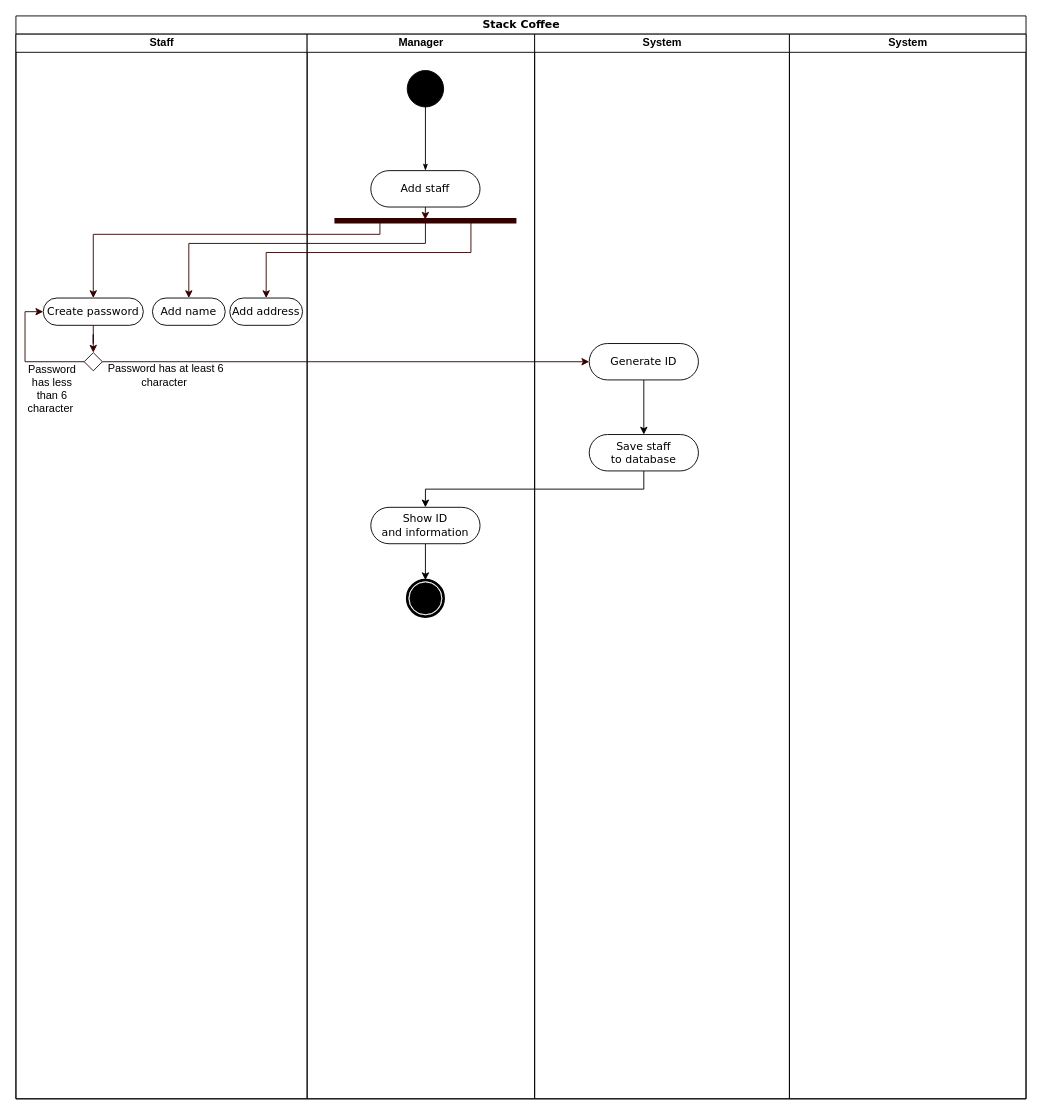
Above: page "AddStaff" (2 of 6) of Diagrams/ActivityDiagram.drawio in Abcdavid00/Cafe-Management-Application (draw.io), before the change. Source tidied: cells renumbered, new cells numbered last; positions are measured from the earlier drawing's top-left corner, leaving out a move shared by most shapes. Both pictures are drawn from the tidied source at 91%, with x=0, y=0 at pixel (15, 15).
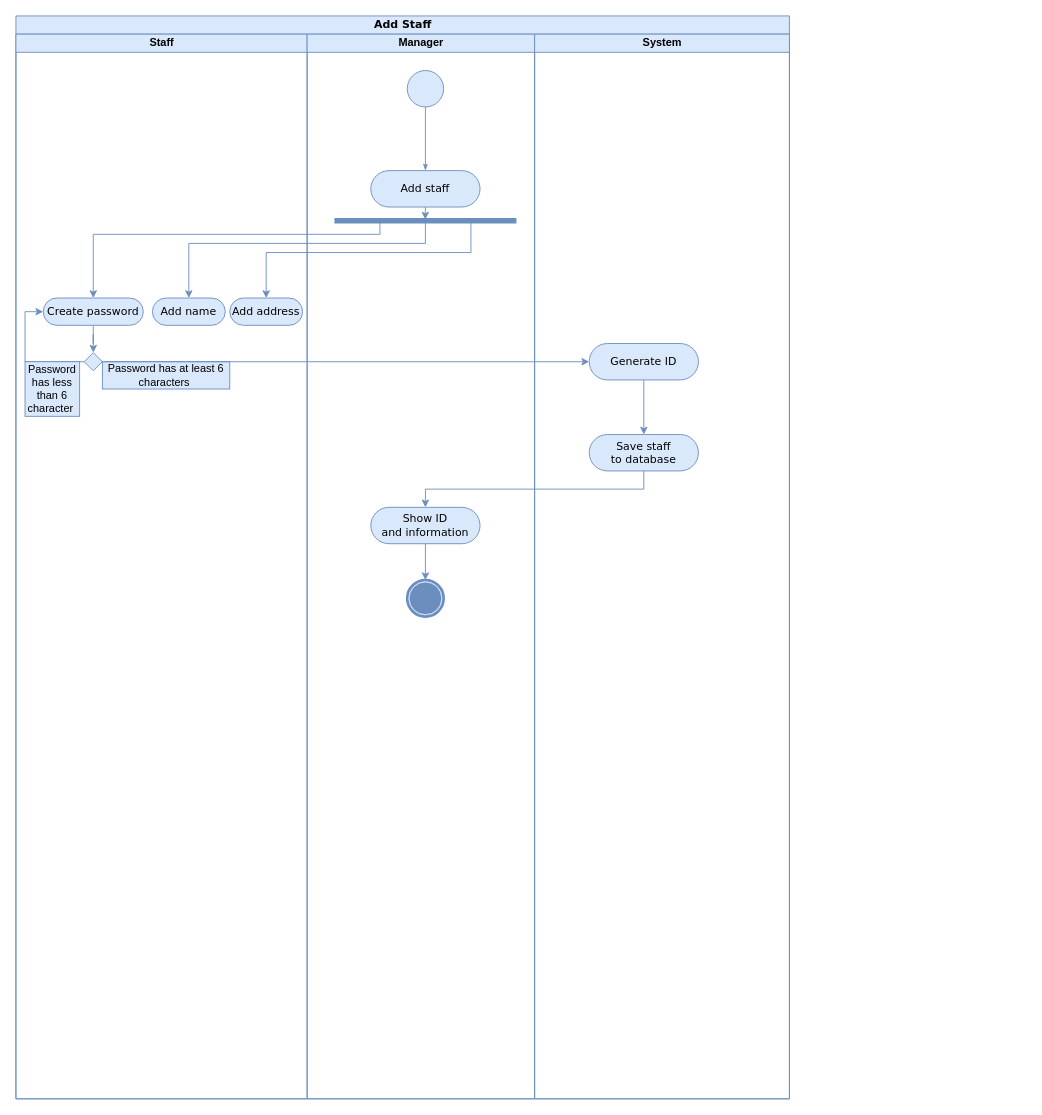
After the change.

Diff of the diagram source:
```diff
@@
-    <mxCell id="2" value="Stack Coffee" style="swimlane;html=1;startSize=20;rounded=0;shadow=0;comic=0;labelBackgroundColor=none;strokeWidth=1;fontFamily=Verdana;fontSize=12;align=center;" parent="1" vertex="1">
-      <mxGeometry width="1110" height="1190" as="geometry" />
+    <mxCell id="2" value="&lt;div&gt;&lt;span&gt;Add Staff&lt;/span&gt;&lt;/div&gt;" style="swimlane;html=1;startSize=20;rounded=0;shadow=0;comic=0;labelBackgroundColor=none;strokeWidth=1;fontFamily=Verdana;fontSize=12;align=center;fillColor=#dae8fc;strokeColor=#6c8ebf;" parent="1" vertex="1">
+      <mxGeometry width="850" height="1190" as="geometry" />
     </mxCell>
-    <mxCell id="3" value="Staff" style="swimlane;html=1;startSize=20;" parent="2" vertex="1">
+    <mxCell id="3" value="Staff" style="swimlane;html=1;startSize=20;fillColor=#dae8fc;strokeColor=#6c8ebf;" parent="2" vertex="1">
       <mxGeometry y="20" width="320" height="1170" as="geometry" />
     </mxCell>
-    <mxCell id="4" style="edgeStyle=orthogonalEdgeStyle;rounded=0;jettySize=auto;html=1;entryX=0.5;entryY=0;entryDx=0;entryDy=0;strokeColor=#330000;" parent="3" edge="1" source="5" target="6">
+    <mxCell id="4" style="edgeStyle=orthogonalEdgeStyle;rounded=0;jettySize=auto;html=1;entryX=0.5;entryY=0;entryDx=0;entryDy=0;strokeColor=#6c8ebf;fillColor=#dae8fc;" parent="3" edge="1" source="5" target="6">
       <mxGeometry relative="1" as="geometry" />
     </mxCell>
-    <mxCell id="5" value="Create password" style="rounded=1;whiteSpace=wrap;html=1;shadow=0;comic=0;labelBackgroundColor=none;strokeWidth=1;fontFamily=Verdana;fontSize=12;align=center;arcSize=50;" parent="3" vertex="1">
+    <mxCell id="5" value="Create password" style="rounded=1;whiteSpace=wrap;html=1;shadow=0;comic=0;labelBackgroundColor=none;strokeWidth=1;fontFamily=Verdana;fontSize=12;align=center;arcSize=50;fillColor=#dae8fc;strokeColor=#6c8ebf;" parent="3" vertex="1">
       <mxGeometry x="30" y="290" width="110" height="30" as="geometry" />
     </mxCell>
-    <mxCell id="6" style="rhombus;whiteSpace=wrap;html=1;strokeColor=#330000;" parent="3" vertex="1">
+    <mxCell id="6" style="rhombus;whiteSpace=wrap;html=1;strokeColor=#6c8ebf;fillColor=#dae8fc;" parent="3" vertex="1">
       <mxGeometry x="75" y="350" width="20" height="20" as="geometry" />
     </mxCell>
-    <mxCell id="7" value="Password has at least 6 character&amp;nbsp;" style="text;html=1;strokeColor=none;fillColor=none;align=center;verticalAlign=middle;whiteSpace=wrap;rounded=0;" parent="3" vertex="1">
+    <mxCell id="7" value="Password has at least 6 characters&amp;nbsp;" style="text;html=1;strokeColor=#6c8ebf;fillColor=#dae8fc;align=center;verticalAlign=middle;whiteSpace=wrap;rounded=0;" parent="3" vertex="1">
       <mxGeometry x="95" y="360" width="140" height="30" as="geometry" />
     </mxCell>
-    <mxCell id="8" style="edgeStyle=orthogonalEdgeStyle;rounded=0;jettySize=auto;html=1;strokeColor=#330000;entryX=0;entryY=0.5;entryDx=0;entryDy=0;" parent="3" edge="1" source="6" target="5">
+    <mxCell id="8" style="edgeStyle=orthogonalEdgeStyle;rounded=0;jettySize=auto;html=1;strokeColor=#6c8ebf;entryX=0;entryY=0.5;entryDx=0;entryDy=0;fillColor=#dae8fc;" parent="3" edge="1" source="6" target="5">
       <mxGeometry relative="1" as="geometry">
         <Array as="points">
           <mxPoint x="10" y="360" />
           <mxPoint x="10" y="305" />
         </Array>
       </mxGeometry>
     </mxCell>
-    <mxCell id="9" value="Password has less than 6 character&amp;nbsp;" style="text;html=1;strokeColor=none;fillColor=none;align=center;verticalAlign=middle;whiteSpace=wrap;rounded=0;" parent="3" vertex="1">
+    <mxCell id="9" value="Password has less than 6 character&amp;nbsp;" style="text;html=1;strokeColor=#6c8ebf;fillColor=#dae8fc;align=center;verticalAlign=middle;whiteSpace=wrap;rounded=0;" parent="3" vertex="1">
       <mxGeometry x="10" y="360" width="60" height="60" as="geometry" />
     </mxCell>
-    <mxCell id="10" value="Add name" style="rounded=1;whiteSpace=wrap;html=1;shadow=0;comic=0;labelBackgroundColor=none;strokeWidth=1;fontFamily=Verdana;fontSize=12;align=center;arcSize=50;" parent="3" vertex="1">
+    <mxCell id="10" value="Add name" style="rounded=1;whiteSpace=wrap;html=1;shadow=0;comic=0;labelBackgroundColor=none;strokeWidth=1;fontFamily=Verdana;fontSize=12;align=center;arcSize=50;fillColor=#dae8fc;strokeColor=#6c8ebf;" parent="3" vertex="1">
       <mxGeometry x="150" y="290" width="80" height="30" as="geometry" />
     </mxCell>
-    <mxCell id="11" value="Add address" style="rounded=1;whiteSpace=wrap;html=1;shadow=0;comic=0;labelBackgroundColor=none;strokeWidth=1;fontFamily=Verdana;fontSize=12;align=center;arcSize=50;" parent="3" vertex="1">
+    <mxCell id="11" value="Add address" style="rounded=1;whiteSpace=wrap;html=1;shadow=0;comic=0;labelBackgroundColor=none;strokeWidth=1;fontFamily=Verdana;fontSize=12;align=center;arcSize=50;fillColor=#dae8fc;strokeColor=#6c8ebf;" parent="3" vertex="1">
       <mxGeometry x="235" y="290" width="80" height="30" as="geometry" />
     </mxCell>
-    <mxCell id="12" value="Manager" style="swimlane;html=1;startSize=20;" parent="2" vertex="1">
+    <mxCell id="12" value="Manager" style="swimlane;html=1;startSize=20;fillColor=#dae8fc;strokeColor=#6c8ebf;" parent="2" vertex="1">
       <mxGeometry x="320" y="20" width="250" height="1170" as="geometry" />
     </mxCell>
-    <mxCell id="13" style="ellipse;whiteSpace=wrap;html=1;rounded=0;shadow=0;comic=0;labelBackgroundColor=none;strokeWidth=1;fillColor=#000000;fontFamily=Verdana;fontSize=12;align=center;" parent="12" vertex="1">
+    <mxCell id="13" style="ellipse;whiteSpace=wrap;html=1;rounded=0;shadow=0;comic=0;labelBackgroundColor=none;strokeWidth=1;fillColor=#dae8fc;fontFamily=Verdana;fontSize=12;align=center;strokeColor=#6c8ebf;" parent="12" vertex="1">
       <mxGeometry x="110" y="40" width="40" height="40" as="geometry" />
     </mxCell>
-    <mxCell id="14" style="edgeStyle=orthogonalEdgeStyle;rounded=0;html=1;labelBackgroundColor=none;startArrow=none;startFill=0;startSize=5;endArrow=classicThin;endFill=1;endSize=5;jettySize=auto;strokeWidth=1;fontFamily=Verdana;fontSize=12;entryX=0.5;entryY=0;entryDx=0;entryDy=0;" parent="12" edge="1" source="13" target="16">
+    <mxCell id="14" style="edgeStyle=orthogonalEdgeStyle;rounded=0;html=1;labelBackgroundColor=none;startArrow=none;startFill=0;startSize=5;endArrow=classicThin;endFill=1;endSize=5;jettySize=auto;strokeWidth=1;fontFamily=Verdana;fontSize=12;entryX=0.5;entryY=0;entryDx=0;entryDy=0;fillColor=#dae8fc;strokeColor=#6c8ebf;" parent="12" edge="1" source="13" target="16">
       <mxGeometry relative="1" as="geometry" />
     </mxCell>
-    <mxCell id="15" style="edgeStyle=orthogonalEdgeStyle;rounded=0;jettySize=auto;html=1;exitX=0.5;exitY=1;exitDx=0;exitDy=0;entryX=0.499;entryY=0.383;entryDx=0;entryDy=0;entryPerimeter=0;strokeColor=#330000;" parent="12" edge="1" source="16" target="20">
+    <mxCell id="15" style="edgeStyle=orthogonalEdgeStyle;rounded=0;jettySize=auto;html=1;exitX=0.5;exitY=1;exitDx=0;exitDy=0;entryX=0.499;entryY=0.383;entryDx=0;entryDy=0;entryPerimeter=0;strokeColor=#6c8ebf;fillColor=#dae8fc;" parent="12" edge="1" source="16" target="20">
       <mxGeometry relative="1" as="geometry" />
     </mxCell>
-    <mxCell id="16" value="Add staff" style="rounded=1;whiteSpace=wrap;html=1;shadow=0;comic=0;labelBackgroundColor=none;strokeWidth=1;fontFamily=Verdana;fontSize=12;align=center;arcSize=50;" parent="12" vertex="1">
+    <mxCell id="16" value="Add staff" style="rounded=1;whiteSpace=wrap;html=1;shadow=0;comic=0;labelBackgroundColor=none;strokeWidth=1;fontFamily=Verdana;fontSize=12;align=center;arcSize=50;fillColor=#dae8fc;strokeColor=#6c8ebf;" parent="12" vertex="1">
       <mxGeometry x="70" y="150" width="120" height="40" as="geometry" />
     </mxCell>
-    <mxCell id="17" style="shape=mxgraph.bpmn.shape;html=1;verticalLabelPosition=bottom;labelBackgroundColor=#ffffff;verticalAlign=top;perimeter=ellipsePerimeter;outline=end;symbol=terminate;rounded=0;shadow=0;comic=0;strokeWidth=1;fontFamily=Verdana;fontSize=12;align=center;" parent="12" vertex="1">
+    <mxCell id="17" style="shape=mxgraph.bpmn.shape;html=1;verticalLabelPosition=bottom;labelBackgroundColor=#ffffff;verticalAlign=top;perimeter=ellipsePerimeter;outline=end;symbol=terminate;rounded=0;shadow=0;comic=0;strokeWidth=1;fontFamily=Verdana;fontSize=12;align=center;fillColor=#dae8fc;strokeColor=#6c8ebf;" parent="12" vertex="1">
       <mxGeometry x="110" y="600" width="40" height="40" as="geometry" />
     </mxCell>
-    <mxCell id="18" style="edgeStyle=orthogonalEdgeStyle;rounded=0;jettySize=auto;html=1;exitX=0.5;exitY=1;exitDx=0;exitDy=0;entryX=0.5;entryY=0;entryDx=0;entryDy=0;" parent="12" edge="1" source="19" target="17">
+    <mxCell id="18" style="edgeStyle=orthogonalEdgeStyle;rounded=0;jettySize=auto;html=1;exitX=0.5;exitY=1;exitDx=0;exitDy=0;entryX=0.5;entryY=0;entryDx=0;entryDy=0;fillColor=#dae8fc;strokeColor=#6c8ebf;" parent="12" edge="1" source="19" target="17">
       <mxGeometry relative="1" as="geometry" />
     </mxCell>
-    <mxCell id="19" value="Show ID&lt;br&gt;and information" style="rounded=1;whiteSpace=wrap;html=1;shadow=0;comic=0;labelBackgroundColor=none;strokeWidth=1;fontFamily=Verdana;fontSize=12;align=center;arcSize=50;" parent="12" vertex="1">
+    <mxCell id="19" value="Show ID&lt;br&gt;and information" style="rounded=1;whiteSpace=wrap;html=1;shadow=0;comic=0;labelBackgroundColor=none;strokeWidth=1;fontFamily=Verdana;fontSize=12;align=center;arcSize=50;fillColor=#dae8fc;strokeColor=#6c8ebf;" parent="12" vertex="1">
       <mxGeometry x="70" y="520" width="120" height="40" as="geometry" />
     </mxCell>
-    <mxCell id="20" style="shape=line;html=1;strokeWidth=6;strokeColor=#330000;" parent="12" vertex="1">
+    <mxCell id="20" style="shape=line;html=1;strokeWidth=6;strokeColor=#6c8ebf;fillColor=#dae8fc;" parent="12" vertex="1">
       <mxGeometry x="30" y="200" width="200" height="10" as="geometry" />
     </mxCell>
-    <mxCell id="21" style="endArrow=classic;html=1;rounded=0;strokeColor=#330000;exitX=1;exitY=0.5;exitDx=0;exitDy=0;entryX=0;entryY=0.5;entryDx=0;entryDy=0;" parent="2" edge="1" source="6" target="25">
+    <mxCell id="21" style="endArrow=classic;html=1;rounded=0;strokeColor=#6c8ebf;exitX=1;exitY=0.5;exitDx=0;exitDy=0;entryX=0;entryY=0.5;entryDx=0;entryDy=0;fillColor=#dae8fc;" parent="2" edge="1" source="6" target="25">
       <mxGeometry relative="1" as="geometry" />
     </mxCell>
-    <mxCell id="22" style="edgeStyle=orthogonalEdgeStyle;rounded=0;jettySize=auto;html=1;exitX=0.5;exitY=1;exitDx=0;exitDy=0;entryX=0.5;entryY=0;entryDx=0;entryDy=0;" parent="2" edge="1" source="26" target="19">
+    <mxCell id="22" style="edgeStyle=orthogonalEdgeStyle;rounded=0;jettySize=auto;html=1;exitX=0.5;exitY=1;exitDx=0;exitDy=0;entryX=0.5;entryY=0;entryDx=0;entryDy=0;fillColor=#dae8fc;strokeColor=#6c8ebf;" parent="2" edge="1" source="26" target="19">
       <mxGeometry relative="1" as="geometry" />
     </mxCell>
-    <mxCell id="23" value="System" style="swimlane;html=1;startSize=20;direction=east;" parent="2" vertex="1">
+    <mxCell id="23" value="System" style="swimlane;html=1;startSize=20;direction=east;fillColor=#dae8fc;strokeColor=#6c8ebf;" parent="2" vertex="1">
       <mxGeometry x="570" y="20" width="280" height="1170" as="geometry" />
     </mxCell>
-    <mxCell id="24" style="edgeStyle=orthogonalEdgeStyle;rounded=0;jettySize=auto;html=1;exitX=0.5;exitY=1;exitDx=0;exitDy=0;entryX=0.5;entryY=0;entryDx=0;entryDy=0;" parent="23" edge="1" source="25" target="26">
+    <mxCell id="24" style="edgeStyle=orthogonalEdgeStyle;rounded=0;jettySize=auto;html=1;exitX=0.5;exitY=1;exitDx=0;exitDy=0;entryX=0.5;entryY=0;entryDx=0;entryDy=0;fillColor=#dae8fc;strokeColor=#6c8ebf;" parent="23" edge="1" source="25" target="26">
       <mxGeometry relative="1" as="geometry" />
     </mxCell>
-    <mxCell id="25" value="Generate ID" style="rounded=1;whiteSpace=wrap;html=1;shadow=0;comic=0;labelBackgroundColor=none;strokeWidth=1;fontFamily=Verdana;fontSize=12;align=center;arcSize=50;" parent="23" vertex="1">
+    <mxCell id="25" value="Generate ID" style="rounded=1;whiteSpace=wrap;html=1;shadow=0;comic=0;labelBackgroundColor=none;strokeWidth=1;fontFamily=Verdana;fontSize=12;align=center;arcSize=50;fillColor=#dae8fc;strokeColor=#6c8ebf;" parent="23" vertex="1">
       <mxGeometry x="60" y="340" width="120" height="40" as="geometry" />
     </mxCell>
-    <mxCell id="26" value="Save staff&lt;br&gt;to database" style="rounded=1;whiteSpace=wrap;html=1;shadow=0;comic=0;labelBackgroundColor=none;strokeWidth=1;fontFamily=Verdana;fontSize=12;align=center;arcSize=50;" parent="23" vertex="1">
+    <mxCell id="26" value="Save staff&lt;br&gt;to database" style="rounded=1;whiteSpace=wrap;html=1;shadow=0;comic=0;labelBackgroundColor=none;strokeWidth=1;fontFamily=Verdana;fontSize=12;align=center;arcSize=50;fillColor=#dae8fc;strokeColor=#6c8ebf;" parent="23" vertex="1">
       <mxGeometry x="60" y="440" width="120" height="40" as="geometry" />
     </mxCell>
-    <mxCell id="27" value="System" style="swimlane;html=1;startSize=20;direction=east;" parent="2" vertex="1">
-      <mxGeometry x="850" y="20" width="260" height="1170" as="geometry" />
-    </mxCell>
-    <mxCell id="28" style="edgeStyle=orthogonalEdgeStyle;rounded=0;jettySize=auto;html=1;exitX=0.25;exitY=0.5;exitDx=0;exitDy=0;exitPerimeter=0;entryX=0.5;entryY=0;entryDx=0;entryDy=0;strokeColor=#330000;" parent="2" edge="1" source="20" target="5">
+    <mxCell id="28" style="edgeStyle=orthogonalEdgeStyle;rounded=0;jettySize=auto;html=1;exitX=0.25;exitY=0.5;exitDx=0;exitDy=0;exitPerimeter=0;entryX=0.5;entryY=0;entryDx=0;entryDy=0;strokeColor=#6c8ebf;fillColor=#dae8fc;" parent="2" edge="1" source="20" target="5">
       <mxGeometry relative="1" as="geometry">
         <Array as="points">
           <mxPoint x="400" y="240" />
           <mxPoint x="85" y="240" />
         </Array>
       </mxGeometry>
     </mxCell>
-    <mxCell id="29" style="edgeStyle=orthogonalEdgeStyle;rounded=0;jettySize=auto;html=1;entryX=0.5;entryY=0;entryDx=0;entryDy=0;strokeColor=#330000;exitX=0.5;exitY=0.5;exitDx=0;exitDy=0;exitPerimeter=0;" parent="2" edge="1" source="20" target="10">
+    <mxCell id="29" style="edgeStyle=orthogonalEdgeStyle;rounded=0;jettySize=auto;html=1;entryX=0.5;entryY=0;entryDx=0;entryDy=0;strokeColor=#6c8ebf;exitX=0.5;exitY=0.5;exitDx=0;exitDy=0;exitPerimeter=0;fillColor=#dae8fc;" parent="2" edge="1" source="20" target="10">
       <mxGeometry relative="1" as="geometry">
         <Array as="points">
           <mxPoint x="450" y="250" />
           <mxPoint x="190" y="250" />
         </Array>
       </mxGeometry>
     </mxCell>
-    <mxCell id="30" style="edgeStyle=orthogonalEdgeStyle;rounded=0;jettySize=auto;html=1;exitX=0.75;exitY=0.5;exitDx=0;exitDy=0;exitPerimeter=0;entryX=0.5;entryY=0;entryDx=0;entryDy=0;strokeColor=#330000;" parent="2" edge="1" source="20" target="11">
+    <mxCell id="30" style="edgeStyle=orthogonalEdgeStyle;rounded=0;jettySize=auto;html=1;exitX=0.75;exitY=0.5;exitDx=0;exitDy=0;exitPerimeter=0;entryX=0.5;entryY=0;entryDx=0;entryDy=0;strokeColor=#6c8ebf;fillColor=#dae8fc;" parent="2" edge="1" source="20" target="11">
       <mxGeometry relative="1" as="geometry">
         <Array as="points">
           <mxPoint x="500" y="260" />
           <mxPoint x="275" y="260" />
         </Array>
       </mxGeometry>
     </mxCell>
```
